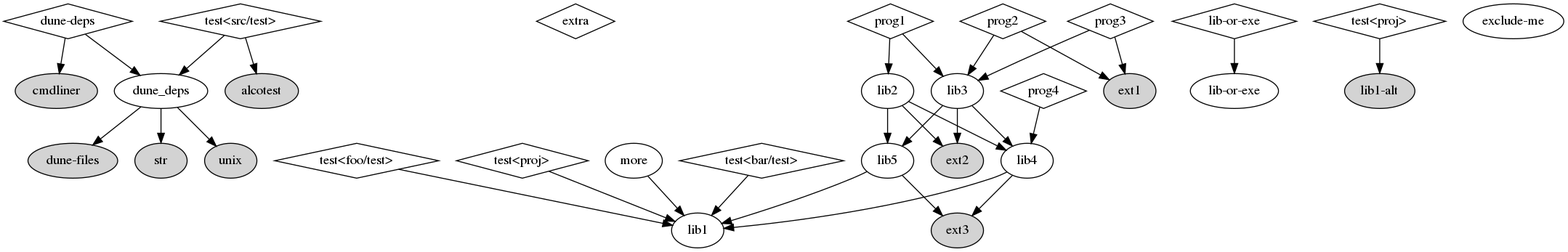
This is .deps/deps.png from mjambon/dune-deps, a Graphviz export, as it was before one commit. Its source is kept beside it as .deps/deps.dot. The source it was exported from:
```dot
digraph {
  "exe:./src/bin/dune:0" [label="dune-deps",shape=diamond]
  "exe:./src/test/dune:0" [label="test<src/test>",shape=diamond]
  "exe:./test/extra-proj/dune:0" [label="extra",shape=diamond]
  "exe:./test/proj/bar/test/dune:0" [label="test<bar/test>",shape=diamond]
  "exe:./test/proj/foo/test/dune:0" [label="test<foo/test>",shape=diamond]
  "exe:./test/proj/dune:10" [label="lib-or-exe",shape=diamond]
  "exe:./test/proj/dune:0" [label="prog1",shape=diamond]
  "exe:./test/proj/dune:1" [label="prog2",shape=diamond]
  "exe:./test/proj/dune:2" [label="prog3",shape=diamond]
  "exe:./test/proj/dune:3" [label="prog4",shape=diamond]
  "exe:./test/proj/dune:11" [label="test<proj>",shape=diamond]
  "exe:./test/proj/dune:12" [label="test<proj>",shape=diamond]
  "lib:alcotest" [label="alcotest",style=filled]
  "lib:cmdliner" [label="cmdliner",style=filled]
  "lib:dune-files" [label="dune-files",style=filled]
  "lib:dune_deps" [label="dune_deps"]
  "lib:exclude-me" [label="exclude-me"]
  "lib:ext1" [label="ext1",style=filled]
  "lib:ext2" [label="ext2",style=filled]
  "lib:ext3" [label="ext3",style=filled]
  "lib:lib-or-exe" [label="lib-or-exe"]
  "lib:lib1" [label="lib1"]
  "lib:lib1-alt" [label="lib1-alt",style=filled]
  "lib:lib2" [label="lib2"]
  "lib:lib3" [label="lib3"]
  "lib:lib4" [label="lib4"]
  "lib:lib5" [label="lib5"]
  "lib:more" [label="more"]
  "lib:str" [label="str",style=filled]
  "lib:unix" [label="unix",style=filled]
  "exe:./src/bin/dune:0" -> "lib:dune_deps"
  "exe:./src/bin/dune:0" -> "lib:cmdliner"
  "exe:./src/test/dune:0" -> "lib:dune_deps"
  "exe:./src/test/dune:0" -> "lib:alcotest"
  "exe:./test/proj/bar/test/dune:0" -> "lib:lib1"
  "exe:./test/proj/foo/test/dune:0" -> "lib:lib1"
  "exe:./test/proj/dune:10" -> "lib:lib-or-exe"
  "exe:./test/proj/dune:0" -> "lib:lib1"
  "exe:./test/proj/dune:0" -> "lib:lib2"
  "exe:./test/proj/dune:0" -> "lib:lib3"
  "exe:./test/proj/dune:1" -> "lib:lib1"
  "exe:./test/proj/dune:1" -> "lib:lib3"
  "exe:./test/proj/dune:1" -> "lib:ext1"
  "exe:./test/proj/dune:2" -> "lib:lib1"
  "exe:./test/proj/dune:2" -> "lib:lib3"
  "exe:./test/proj/dune:2" -> "lib:ext1"
  "exe:./test/proj/dune:3" -> "lib:lib4"
  "exe:./test/proj/dune:11" -> "lib:lib1"
  "exe:./test/proj/dune:12" -> "lib:lib1-alt"
  "lib:dune_deps" -> "lib:dune-files"
  "lib:dune_deps" -> "lib:str"
  "lib:dune_deps" -> "lib:unix"
  "lib:lib2" -> "lib:lib4"
  "lib:lib2" -> "lib:lib5"
  "lib:lib2" -> "lib:ext2"
  "lib:lib3" -> "lib:lib4"
  "lib:lib3" -> "lib:lib5"
  "lib:lib3" -> "lib:ext2"
  "lib:lib4" -> "lib:lib1"
  "lib:lib4" -> "lib:ext3"
  "lib:lib5" -> "lib:lib1"
  "lib:lib5" -> "lib:ext3"
  "lib:more" -> "lib:lib1"
}
```
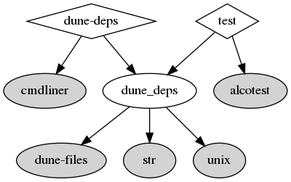
After the commit.

Commit message:
Update dependency graph

Diff of the diagram source:
```diff
@@ -1,65 +1,17 @@
 digraph {
-  "exe:./src/bin/dune:0" [label="dune-deps",shape=diamond]
-  "exe:./src/test/dune:0" [label="test<src/test>",shape=diamond]
-  "exe:./test/extra-proj/dune:0" [label="extra",shape=diamond]
-  "exe:./test/proj/bar/test/dune:0" [label="test<bar/test>",shape=diamond]
-  "exe:./test/proj/foo/test/dune:0" [label="test<foo/test>",shape=diamond]
-  "exe:./test/proj/dune:10" [label="lib-or-exe",shape=diamond]
-  "exe:./test/proj/dune:0" [label="prog1",shape=diamond]
-  "exe:./test/proj/dune:1" [label="prog2",shape=diamond]
-  "exe:./test/proj/dune:2" [label="prog3",shape=diamond]
-  "exe:./test/proj/dune:3" [label="prog4",shape=diamond]
-  "exe:./test/proj/dune:11" [label="test<proj>",shape=diamond]
-  "exe:./test/proj/dune:12" [label="test<proj>",shape=diamond]
+  "exe:src/bin/dune:0" [label="dune-deps",shape=diamond]
+  "exe:src/test/dune:0" [label="test",shape=diamond]
   "lib:alcotest" [label="alcotest",style=filled]
   "lib:cmdliner" [label="cmdliner",style=filled]
   "lib:dune-files" [label="dune-files",style=filled]
   "lib:dune_deps" [label="dune_deps"]
-  "lib:exclude-me" [label="exclude-me"]
-  "lib:ext1" [label="ext1",style=filled]
-  "lib:ext2" [label="ext2",style=filled]
-  "lib:ext3" [label="ext3",style=filled]
-  "lib:lib-or-exe" [label="lib-or-exe"]
-  "lib:lib1" [label="lib1"]
-  "lib:lib1-alt" [label="lib1-alt",style=filled]
-  "lib:lib2" [label="lib2"]
-  "lib:lib3" [label="lib3"]
-  "lib:lib4" [label="lib4"]
-  "lib:lib5" [label="lib5"]
-  "lib:more" [label="more"]
   "lib:str" [label="str",style=filled]
   "lib:unix" [label="unix",style=filled]
-  "exe:./src/bin/dune:0" -> "lib:dune_deps"
-  "exe:./src/bin/dune:0" -> "lib:cmdliner"
-  "exe:./src/test/dune:0" -> "lib:dune_deps"
-  "exe:./src/test/dune:0" -> "lib:alcotest"
-  "exe:./test/proj/bar/test/dune:0" -> "lib:lib1"
-  "exe:./test/proj/foo/test/dune:0" -> "lib:lib1"
-  "exe:./test/proj/dune:10" -> "lib:lib-or-exe"
-  "exe:./test/proj/dune:0" -> "lib:lib1"
-  "exe:./test/proj/dune:0" -> "lib:lib2"
-  "exe:./test/proj/dune:0" -> "lib:lib3"
-  "exe:./test/proj/dune:1" -> "lib:lib1"
-  "exe:./test/proj/dune:1" -> "lib:lib3"
-  "exe:./test/proj/dune:1" -> "lib:ext1"
-  "exe:./test/proj/dune:2" -> "lib:lib1"
-  "exe:./test/proj/dune:2" -> "lib:lib3"
-  "exe:./test/proj/dune:2" -> "lib:ext1"
-  "exe:./test/proj/dune:3" -> "lib:lib4"
-  "exe:./test/proj/dune:11" -> "lib:lib1"
-  "exe:./test/proj/dune:12" -> "lib:lib1-alt"
+  "exe:src/bin/dune:0" -> "lib:dune_deps"
+  "exe:src/bin/dune:0" -> "lib:cmdliner"
+  "exe:src/test/dune:0" -> "lib:dune_deps"
+  "exe:src/test/dune:0" -> "lib:alcotest"
   "lib:dune_deps" -> "lib:dune-files"
   "lib:dune_deps" -> "lib:str"
   "lib:dune_deps" -> "lib:unix"
-  "lib:lib2" -> "lib:lib4"
-  "lib:lib2" -> "lib:lib5"
-  "lib:lib2" -> "lib:ext2"
-  "lib:lib3" -> "lib:lib4"
-  "lib:lib3" -> "lib:lib5"
-  "lib:lib3" -> "lib:ext2"
-  "lib:lib4" -> "lib:lib1"
-  "lib:lib4" -> "lib:ext3"
-  "lib:lib5" -> "lib:lib1"
-  "lib:lib5" -> "lib:ext3"
-  "lib:more" -> "lib:lib1"
 }
```
